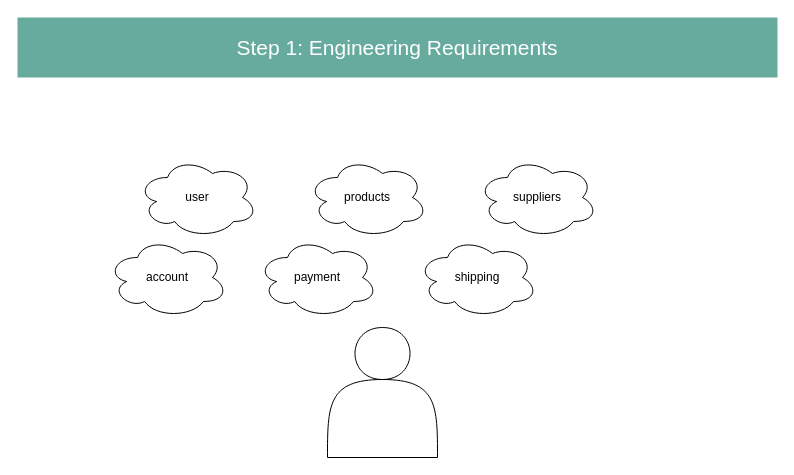
This is diagrammes/CR_9_cloud_diagramme.drawio from nat-oku/FE21-CR9-Natalia, a draw.io file, before an edit. Source tidied: cells renumbered, new cells numbered last; positions are measured from the earlier drawing's top-left corner, leaving out a move shared by most shapes. Both pictures are drawn from the tidied source at 100%, with x=0, y=0 at pixel (17, 17).
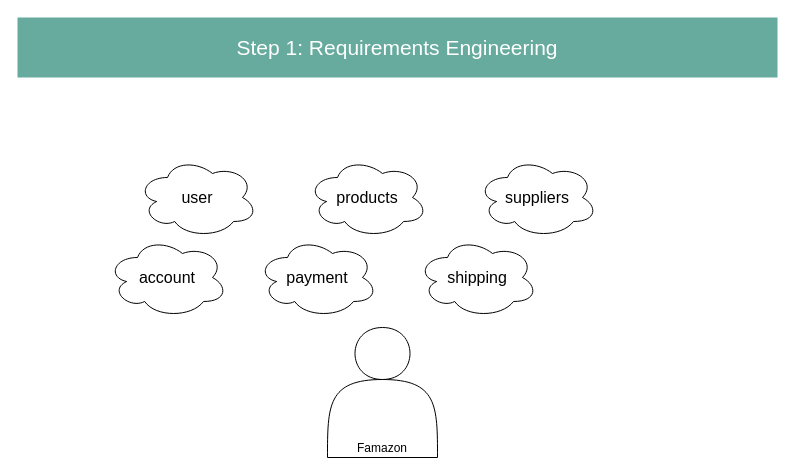
Above is the later version.

Change to the diagram source:
```diff
@@
 <mxGraphModel>
   <root>
     <mxCell id="0" />
     <mxCell id="1" parent="0" />
-    <mxCell id="2" style="shape=actor;whiteSpace=wrap;html=1;" parent="1" vertex="1">
+    <mxCell id="2" value="Famazon" style="shape=actor;whiteSpace=wrap;html=1;verticalAlign=bottom;" parent="1" vertex="1">
       <mxGeometry x="310" y="310" width="110" height="130" as="geometry" />
     </mxCell>
-    <mxCell id="3" value="user" style="ellipse;shape=cloud;whiteSpace=wrap;html=1;" parent="1" vertex="1">
+    <mxCell id="3" value="user" style="ellipse;shape=cloud;whiteSpace=wrap;html=1;fontSize=16;" parent="1" vertex="1">
       <mxGeometry x="120" y="140" width="120" height="80" as="geometry" />
     </mxCell>
-    <mxCell id="4" value="products" style="ellipse;shape=cloud;whiteSpace=wrap;html=1;" parent="1" vertex="1">
+    <mxCell id="4" value="products" style="ellipse;shape=cloud;whiteSpace=wrap;html=1;fontSize=16;" parent="1" vertex="1">
       <mxGeometry x="290" y="140" width="120" height="80" as="geometry" />
     </mxCell>
-    <mxCell id="5" value="suppliers" style="ellipse;shape=cloud;whiteSpace=wrap;html=1;" parent="1" vertex="1">
+    <mxCell id="5" value="suppliers" style="ellipse;shape=cloud;whiteSpace=wrap;html=1;fontSize=16;" parent="1" vertex="1">
       <mxGeometry x="460" y="140" width="120" height="80" as="geometry" />
     </mxCell>
     <mxCell id="6" style="rounded=0;whiteSpace=wrap;html=1;labelBackgroundColor=#009999;labelBorderColor=#000000;strokeColor=none;fillColor=#67AB9F;" parent="1" vertex="1">
       <mxGeometry width="760" height="60" as="geometry" />
     </mxCell>
-    <mxCell id="7" value="&lt;font style=&quot;font-size: 21px&quot;&gt;Step 1: Engineering Requirements&lt;/font&gt;" style="text;html=1;strokeColor=none;fillColor=none;align=center;verticalAlign=middle;whiteSpace=wrap;rounded=0;labelBackgroundColor=none;fontColor=#FFFFFF;" parent="1" vertex="1">
+    <mxCell id="7" value="&lt;font style=&quot;font-size: 21px&quot;&gt;Step 1: Requirements&amp;nbsp;&lt;/font&gt;&lt;span style=&quot;font-size: 21px&quot;&gt;Engineering&lt;/span&gt;" style="text;html=1;strokeColor=none;fillColor=none;align=center;verticalAlign=middle;whiteSpace=wrap;rounded=0;labelBackgroundColor=none;fontColor=#FFFFFF;" parent="1" vertex="1">
       <mxGeometry x="20" y="20" width="720" height="20" as="geometry" />
     </mxCell>
-    <mxCell id="8" value="shipping" style="ellipse;shape=cloud;whiteSpace=wrap;html=1;" parent="1" vertex="1">
+    <mxCell id="8" value="shipping" style="ellipse;shape=cloud;whiteSpace=wrap;html=1;fontSize=16;" parent="1" vertex="1">
       <mxGeometry x="400" y="220" width="120" height="80" as="geometry" />
     </mxCell>
-    <mxCell id="9" value="account" style="ellipse;shape=cloud;whiteSpace=wrap;html=1;" parent="1" vertex="1">
+    <mxCell id="9" value="account" style="ellipse;shape=cloud;whiteSpace=wrap;html=1;fontSize=16;" parent="1" vertex="1">
       <mxGeometry x="90" y="220" width="120" height="80" as="geometry" />
     </mxCell>
-    <mxCell id="10" value="payment" style="ellipse;shape=cloud;whiteSpace=wrap;html=1;" parent="1" vertex="1">
+    <mxCell id="10" value="payment" style="ellipse;shape=cloud;whiteSpace=wrap;html=1;fontSize=16;" parent="1" vertex="1">
       <mxGeometry x="240" y="220" width="120" height="80" as="geometry" />
     </mxCell>
   </root>
 </mxGraphModel>
```
